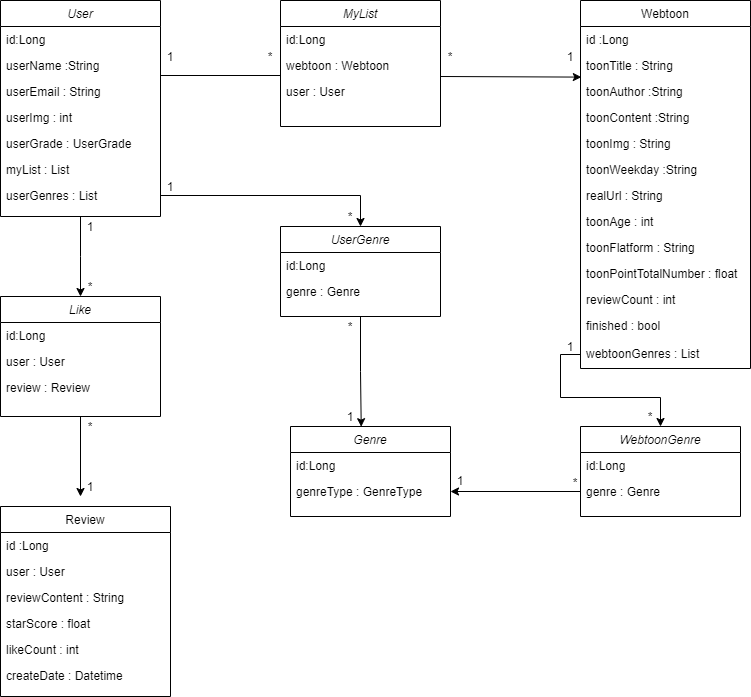
Earlier version of the draw.io export webtooniverse Diagram.png (yeonnwoo/Webtooni_server). Source tidied: cells renumbered, new cells last; positions are measured from the earlier drawing's top-left corner, leaving out a move shared by most shapes.
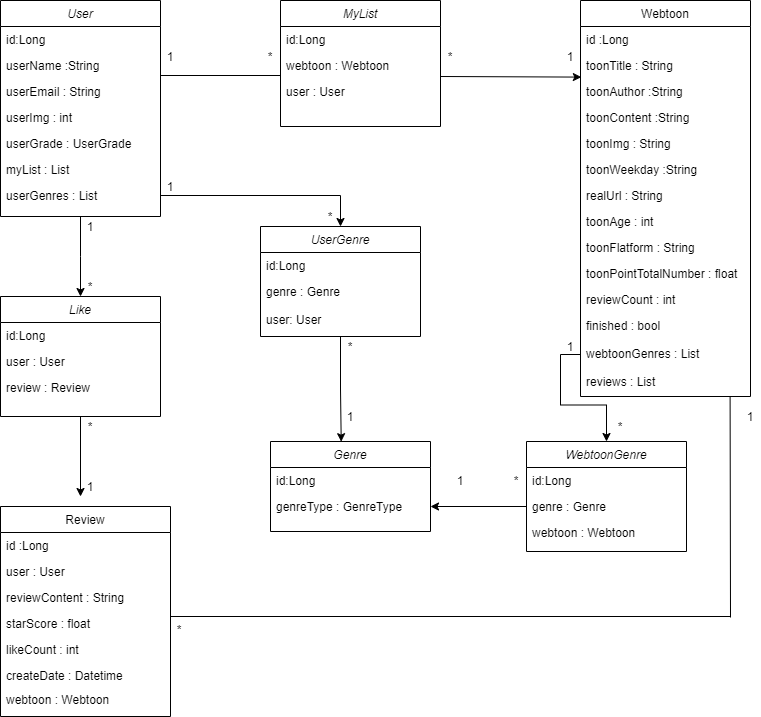
The same file after the commit.

What changed in the source:
```diff
@@ -36,7 +36,7 @@
       <mxGeometry y="182" width="160" height="26" as="geometry" />
     </mxCell>
     <mxCell id="11" value="Webtoon" style="swimlane;fontStyle=0;align=center;verticalAlign=top;horizontal=1;startSize=26;rounded=0;shadow=0;strokeWidth=1;" parent="1" vertex="1">
-      <mxGeometry x="580" width="170" height="368" as="geometry" />
+      <mxGeometry x="580" width="170" height="396" as="geometry" />
     </mxCell>
     <mxCell id="12" value="id :Long" style="text;align=left;verticalAlign=top;spacingLeft=4;spacingRight=4;overflow=hidden;rounded=0;shadow=0;html=0;" parent="11" vertex="1">
       <mxGeometry y="26" width="170" height="26" as="geometry" />
@@ -77,6 +77,9 @@
     <mxCell id="24" value="webtoonGenres : List" style="text;align=left;verticalAlign=top;spacingLeft=4;spacingRight=4;overflow=hidden;points=[[0,0.5],[1,0.5]];portConstraint=eastwest;" parent="11" vertex="1">
       <mxGeometry y="340" width="170" height="28" as="geometry" />
     </mxCell>
+    <mxCell id="72" value="reviews : List" style="text;align=left;verticalAlign=top;spacingLeft=4;spacingRight=4;overflow=hidden;" parent="11" vertex="1">
+      <mxGeometry y="368" width="170" height="28" as="geometry" />
+    </mxCell>
     <mxCell id="25" value="MyList" style="swimlane;fontStyle=2;align=center;verticalAlign=top;horizontal=1;startSize=26;rounded=0;shadow=0;strokeWidth=1;" parent="1" vertex="1">
       <mxGeometry x="280" width="160" height="126" as="geometry" />
     </mxCell>
@@ -102,7 +105,7 @@
       <mxGeometry x="560" y="46" width="20" height="20" as="geometry" />
     </mxCell>
     <mxCell id="33" value="Review" style="swimlane;fontStyle=0;align=center;verticalAlign=top;horizontal=1;startSize=26;rounded=0;shadow=0;strokeWidth=1;" parent="1" vertex="1">
-      <mxGeometry y="506" width="170" height="190" as="geometry" />
+      <mxGeometry y="506" width="170" height="210" as="geometry" />
     </mxCell>
     <mxCell id="34" value="id :Long" style="text;align=left;verticalAlign=top;spacingLeft=4;spacingRight=4;overflow=hidden;rounded=0;shadow=0;html=0;" parent="33" vertex="1">
       <mxGeometry y="26" width="170" height="26" as="geometry" />
@@ -163,7 +166,7 @@
       </mxGeometry>
     </mxCell>
     <mxCell id="51" value="Genre" style="swimlane;fontStyle=2;align=center;verticalAlign=top;horizontal=1;startSize=26;rounded=0;shadow=0;strokeWidth=1;" parent="1" vertex="1">
-      <mxGeometry x="290" y="426" width="160" height="90" as="geometry" />
+      <mxGeometry x="270" y="441" width="160" height="90" as="geometry" />
     </mxCell>
     <mxCell id="52" value="id:Long" style="text;align=left;verticalAlign=top;spacingLeft=4;spacingRight=4;overflow=hidden;" parent="51" vertex="1">
       <mxGeometry y="26" width="160" height="26" as="geometry" />
@@ -171,16 +174,14 @@
     <mxCell id="53" value="genreType : GenreType" style="text;align=left;verticalAlign=top;spacingLeft=4;spacingRight=4;overflow=hidden;points=[[0,0.5],[1,0.5]];portConstraint=eastwest;rounded=0;shadow=0;html=0;" parent="51" vertex="1">
       <mxGeometry y="52" width="160" height="26" as="geometry" />
     </mxCell>
-    <mxCell id="54" style="edgeStyle=orthogonalEdgeStyle;rounded=0;jettySize=auto;html=1;exitX=1;exitY=0.5;exitDx=0;exitDy=0;" parent="1" edge="1" source="10">
-      <mxGeometry relative="1" as="geometry">
-        <mxPoint x="360" y="226" as="targetPoint" />
-      </mxGeometry>
+    <mxCell id="54" style="edgeStyle=orthogonalEdgeStyle;rounded=0;jettySize=auto;html=1;exitX=1;exitY=0.5;exitDx=0;exitDy=0;entryX=0.5;entryY=0;entryDx=0;entryDy=0;" parent="1" edge="1" source="10" target="56">
+      <mxGeometry relative="1" as="geometry" />
     </mxCell>
     <mxCell id="55" style="edgeStyle=orthogonalEdgeStyle;rounded=0;jettySize=auto;html=1;exitX=0.5;exitY=1;exitDx=0;exitDy=0;entryX=0.442;entryY=0.002;entryDx=0;entryDy=0;entryPerimeter=0;" parent="1" edge="1" source="56" target="51">
       <mxGeometry relative="1" as="geometry" />
     </mxCell>
     <mxCell id="56" value="UserGenre" style="swimlane;fontStyle=2;align=center;verticalAlign=top;horizontal=1;startSize=26;rounded=0;shadow=0;strokeWidth=1;" parent="1" vertex="1">
-      <mxGeometry x="280" y="226" width="160" height="90" as="geometry" />
+      <mxGeometry x="260" y="226" width="160" height="110" as="geometry" />
     </mxCell>
     <mxCell id="57" value="id:Long" style="text;align=left;verticalAlign=top;spacingLeft=4;spacingRight=4;overflow=hidden;" parent="56" vertex="1">
       <mxGeometry y="26" width="160" height="26" as="geometry" />
@@ -192,16 +193,16 @@
       <mxGeometry x="340" y="406" width="20" height="20" as="geometry" />
     </mxCell>
     <mxCell id="60" value="*" style="text;html=1;strokeColor=none;fillColor=none;align=center;verticalAlign=middle;whiteSpace=wrap;rounded=0;" parent="1" vertex="1">
-      <mxGeometry x="340" y="316" width="20" height="20" as="geometry" />
+      <mxGeometry x="340" y="336" width="20" height="20" as="geometry" />
     </mxCell>
     <mxCell id="61" value="1" style="text;html=1;strokeColor=none;fillColor=none;align=center;verticalAlign=middle;whiteSpace=wrap;rounded=0;" parent="1" vertex="1">
       <mxGeometry x="160" y="176" width="20" height="20" as="geometry" />
     </mxCell>
     <mxCell id="62" value="*" style="text;html=1;strokeColor=none;fillColor=none;align=center;verticalAlign=middle;whiteSpace=wrap;rounded=0;" parent="1" vertex="1">
-      <mxGeometry x="340" y="206" width="20" height="20" as="geometry" />
+      <mxGeometry x="320" y="206" width="20" height="20" as="geometry" />
     </mxCell>
     <mxCell id="63" value="WebtoonGenre" style="swimlane;fontStyle=2;align=center;verticalAlign=top;horizontal=1;startSize=26;rounded=0;shadow=0;strokeWidth=1;" parent="1" vertex="1">
-      <mxGeometry x="580" y="426" width="160" height="90" as="geometry" />
+      <mxGeometry x="526" y="441" width="160" height="110" as="geometry" />
     </mxCell>
     <mxCell id="64" value="id:Long" style="text;align=left;verticalAlign=top;spacingLeft=4;spacingRight=4;overflow=hidden;" parent="63" vertex="1">
       <mxGeometry y="26" width="160" height="26" as="geometry" />
@@ -209,6 +210,9 @@
     <mxCell id="65" value="genre : Genre" style="text;align=left;verticalAlign=top;spacingLeft=4;spacingRight=4;overflow=hidden;points=[[0,0.5],[1,0.5]];portConstraint=eastwest;rounded=0;shadow=0;html=0;" parent="63" vertex="1">
       <mxGeometry y="52" width="160" height="26" as="geometry" />
     </mxCell>
+    <mxCell id="73" value="webtoon : Webtoon" style="text;align=left;verticalAlign=top;spacingLeft=4;spacingRight=4;overflow=hidden;rounded=0;shadow=0;html=0;" parent="63" vertex="1">
+      <mxGeometry y="78" width="160" height="26" as="geometry" />
+    </mxCell>
     <mxCell id="66" style="edgeStyle=orthogonalEdgeStyle;rounded=0;jettySize=auto;html=1;exitX=0;exitY=0.5;exitDx=0;exitDy=0;entryX=0.5;entryY=0;entryDx=0;entryDy=0;" parent="1" edge="1" source="24" target="63">
       <mxGeometry relative="1" as="geometry" />
     </mxCell>
@@ -216,16 +220,40 @@
       <mxGeometry x="560" y="336" width="20" height="20" as="geometry" />
     </mxCell>
     <mxCell id="68" value="*" style="text;html=1;strokeColor=none;fillColor=none;align=center;verticalAlign=middle;whiteSpace=wrap;rounded=0;" parent="1" vertex="1">
-      <mxGeometry x="640" y="406" width="20" height="20" as="geometry" />
+      <mxGeometry x="610" y="416" width="20" height="20" as="geometry" />
     </mxCell>
     <mxCell id="69" style="edgeStyle=orthogonalEdgeStyle;rounded=0;jettySize=auto;html=1;exitX=0;exitY=0.5;exitDx=0;exitDy=0;entryX=1;entryY=0.5;entryDx=0;entryDy=0;" parent="1" edge="1" source="65" target="53">
       <mxGeometry relative="1" as="geometry" />
     </mxCell>
     <mxCell id="70" value="*" style="text;html=1;strokeColor=none;fillColor=none;align=center;verticalAlign=middle;whiteSpace=wrap;rounded=0;" parent="1" vertex="1">
-      <mxGeometry x="565" y="472" width="20" height="20" as="geometry" />
+      <mxGeometry x="506" y="470" width="20" height="20" as="geometry" />
     </mxCell>
     <mxCell id="71" value="1" style="text;html=1;strokeColor=none;fillColor=none;align=center;verticalAlign=middle;whiteSpace=wrap;rounded=0;" parent="1" vertex="1">
       <mxGeometry x="450" y="470" width="20" height="20" as="geometry" />
     </mxCell>
+    <mxCell id="74" value="user: User" style="text;align=left;verticalAlign=top;spacingLeft=4;spacingRight=4;overflow=hidden;rounded=0;shadow=0;html=0;" parent="1" vertex="1">
+      <mxGeometry x="260" y="306" width="160" height="26" as="geometry" />
+    </mxCell>
+    <mxCell id="75" value="webtoon : Webtoon" style="text;align=left;verticalAlign=top;spacingLeft=4;spacingRight=4;overflow=hidden;rounded=0;shadow=0;html=0;" parent="1" vertex="1">
+      <mxGeometry y="686" width="170" height="26" as="geometry" />
+    </mxCell>
+    <mxCell id="76" value="*" style="text;html=1;strokeColor=none;fillColor=none;align=center;verticalAlign=middle;whiteSpace=wrap;rounded=0;" parent="1" vertex="1">
+      <mxGeometry x="169" y="619" width="20" height="20" as="geometry" />
+    </mxCell>
+    <mxCell id="77" value="1" style="text;html=1;strokeColor=none;fillColor=none;align=center;verticalAlign=middle;whiteSpace=wrap;rounded=0;" parent="1" vertex="1">
+      <mxGeometry x="740" y="406" width="20" height="20" as="geometry" />
+    </mxCell>
+    <mxCell id="78" style="endArrow=none;html=1;" parent="1" edge="1">
+      <mxGeometry relative="1" as="geometry">
+        <mxPoint x="170" y="616" as="sourcePoint" />
+        <mxPoint x="730" y="616" as="targetPoint" />
+      </mxGeometry>
+    </mxCell>
+    <mxCell id="79" style="endArrow=none;html=1;entryX=0.88;entryY=1.05;entryDx=0;entryDy=0;entryPerimeter=0;" parent="1" edge="1">
+      <mxGeometry relative="1" as="geometry">
+        <mxPoint x="730" y="617" as="sourcePoint" />
+        <mxPoint x="729.6" y="396.4" as="targetPoint" />
+      </mxGeometry>
+    </mxCell>
   </root>
 </mxGraphModel>
```
